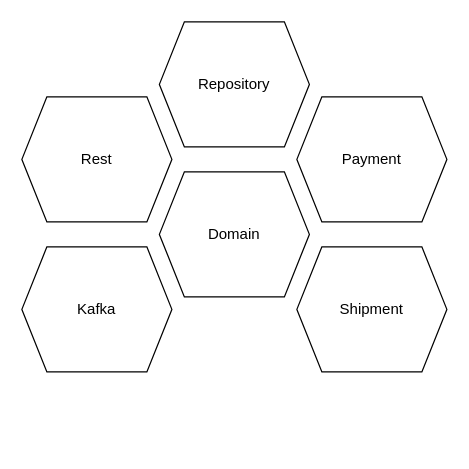
Above: Requirements/architecture.drawio in thomas0306/mms-code-challenge (draw.io), before the change. Source tidied: cells renumbered, new cells numbered last; positions are measured from the earlier drawing's top-left corner, leaving out a move shared by most shapes. Both pictures are drawn from the tidied source at 125%, with x=0, y=0 at pixel (21, 21).
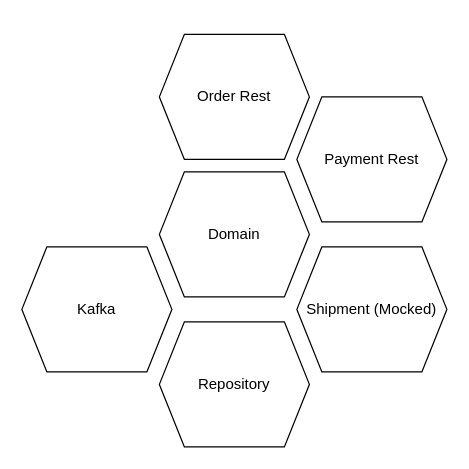
The same diagram, later.

Change to the diagram source:
```diff
@@
 <mxGraphModel>
   <root>
     <mxCell id="0" />
     <mxCell id="1" parent="0" />
     <mxCell id="2" value="Domain" style="shape=hexagon;perimeter=hexagonPerimeter2;whiteSpace=wrap;html=1;fixedSize=1;" parent="1" vertex="1">
       <mxGeometry x="110" y="120" width="120" height="100" as="geometry" />
     </mxCell>
     <mxCell id="3" value="Kafka" style="shape=hexagon;perimeter=hexagonPerimeter2;whiteSpace=wrap;html=1;fixedSize=1;" parent="1" vertex="1">
       <mxGeometry y="180" width="120" height="100" as="geometry" />
     </mxCell>
-    <mxCell id="4" value="Rest" style="shape=hexagon;perimeter=hexagonPerimeter2;whiteSpace=wrap;html=1;fixedSize=1;" parent="1" vertex="1">
-      <mxGeometry y="60" width="120" height="100" as="geometry" />
+    <mxCell id="4" value="Order Rest" style="shape=hexagon;perimeter=hexagonPerimeter2;whiteSpace=wrap;html=1;fixedSize=1;" parent="1" vertex="1">
+      <mxGeometry x="110" y="10" width="120" height="100" as="geometry" />
     </mxCell>
     <mxCell id="5" value="Repository" style="shape=hexagon;perimeter=hexagonPerimeter2;whiteSpace=wrap;html=1;fixedSize=1;" parent="1" vertex="1">
-      <mxGeometry x="110" width="120" height="100" as="geometry" />
+      <mxGeometry x="110" y="240" width="120" height="100" as="geometry" />
     </mxCell>
-    <mxCell id="6" value="Payment" style="shape=hexagon;perimeter=hexagonPerimeter2;whiteSpace=wrap;html=1;fixedSize=1;" parent="1" vertex="1">
+    <mxCell id="6" value="Payment Rest" style="shape=hexagon;perimeter=hexagonPerimeter2;whiteSpace=wrap;html=1;fixedSize=1;" parent="1" vertex="1">
       <mxGeometry x="220" y="60" width="120" height="100" as="geometry" />
     </mxCell>
-    <mxCell id="7" value="Shipment" style="shape=hexagon;perimeter=hexagonPerimeter2;whiteSpace=wrap;html=1;fixedSize=1;" parent="1" vertex="1">
+    <mxCell id="7" value="Shipment (Mocked)" style="shape=hexagon;perimeter=hexagonPerimeter2;whiteSpace=wrap;html=1;fixedSize=1;" parent="1" vertex="1">
       <mxGeometry x="220" y="180" width="120" height="100" as="geometry" />
     </mxCell>
   </root>
 </mxGraphModel>
```
